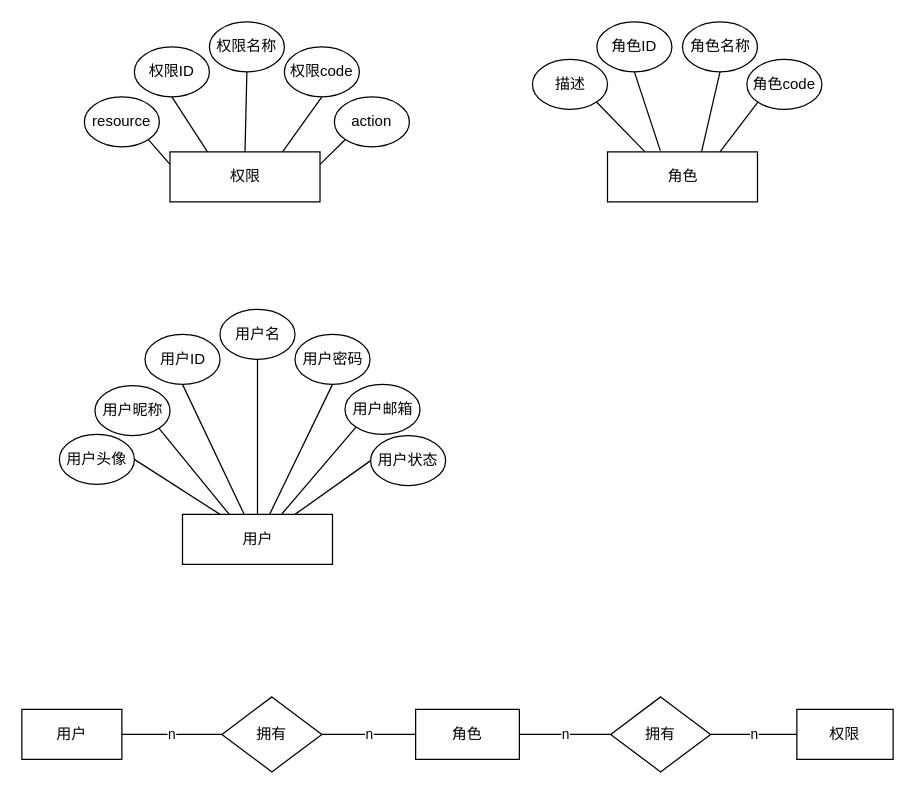
This is page "用户模块ER图" (3 of 34) of 题库E-R.drawio from ChenLiheng/question-project, a draw.io file, before an edit. Source tidied: cells renumbered, new cells numbered last; positions are measured from the earlier drawing's top-left corner, leaving out a move shared by most shapes. Both pictures are drawn from the tidied source at 125%, with x=0, y=0 at pixel (21, 21).
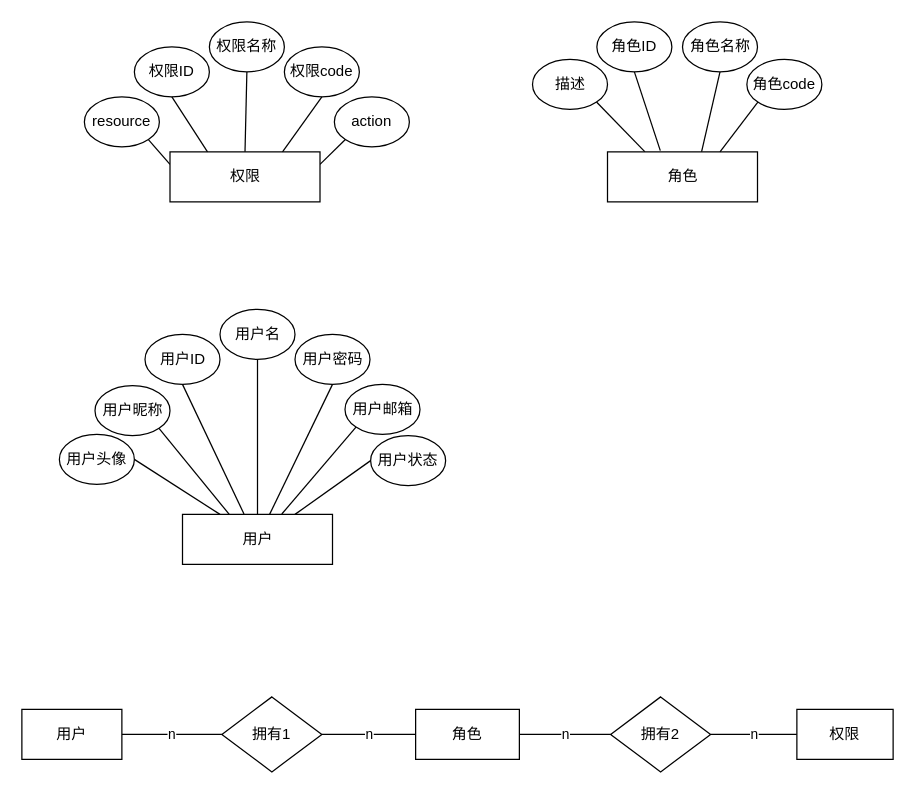
The same page after the edit.

Unchanged cells that the change refers to:
```xml
<mxCell id="40" style="group;" parent="1" vertex="1">
  <mxGeometry y="540" width="697" height="60" as="geometry" />
</mxCell>
```

What changed in the source:
```diff
@@
-    <mxCell id="44" value="拥有" style="rhombus;whiteSpace=wrap;html=1;rounded=0;" parent="40" vertex="1">
+    <mxCell id="44" value="拥有1" style="rhombus;whiteSpace=wrap;html=1;rounded=0;" parent="40" vertex="1">
       <mxGeometry x="160" width="80" height="60" as="geometry" />
     </mxCell>
@@
-    <mxCell id="48" value="拥有" style="rhombus;whiteSpace=wrap;html=1;rounded=0;" parent="40" vertex="1">
+    <mxCell id="48" value="拥有2" style="rhombus;whiteSpace=wrap;html=1;rounded=0;" parent="40" vertex="1">
       <mxGeometry x="471" width="80" height="60" as="geometry" />
     </mxCell>
```
